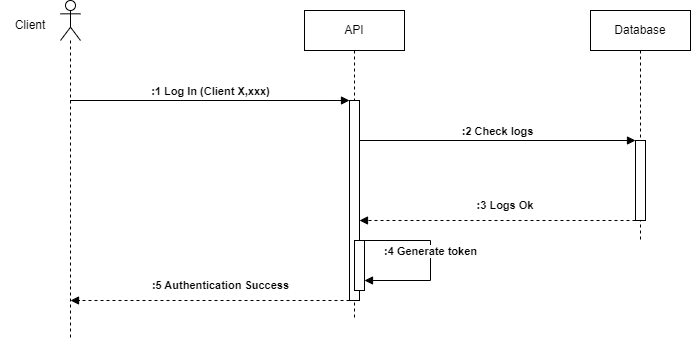
The draw.io diagram diagrams/Log In.png in Jexinte/Bilemo-API, before a commit. Source tidied: cells renumbered, new cells last; positions are measured from the earlier drawing's top-left corner, leaving out a move shared by most shapes.
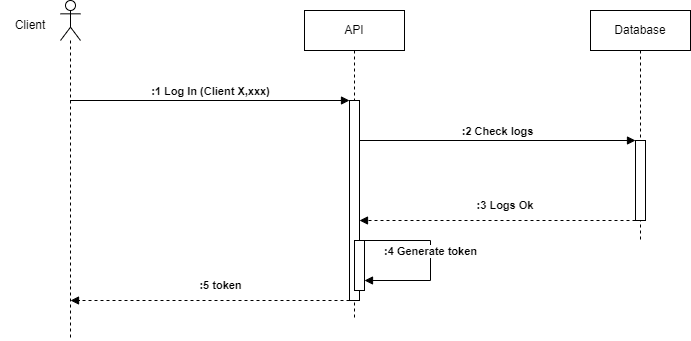
Above is the later version.

Commit message:
update login diagram

Change to the diagram source:
```diff
@@ -55,7 +55,7 @@
     <mxCell id="13" value=":3 Logs Ok" style="text;html=1;strokeColor=none;fillColor=none;align=center;verticalAlign=middle;whiteSpace=wrap;rounded=0;fontSize=11;fontStyle=1;" parent="1" vertex="1">
       <mxGeometry x="460" y="190" width="90" height="30" as="geometry" />
     </mxCell>
-    <mxCell id="14" value=":5 Authentication Success" style="text;html=1;strokeColor=none;fillColor=none;align=center;verticalAlign=middle;whiteSpace=wrap;rounded=0;fontSize=11;fontStyle=1;" parent="1" vertex="1">
+    <mxCell id="14" value=":5 token" style="text;html=1;strokeColor=none;fillColor=none;align=center;verticalAlign=middle;whiteSpace=wrap;rounded=0;fontSize=11;fontStyle=1;" parent="1" vertex="1">
       <mxGeometry x="150" y="270" width="141" height="30" as="geometry" />
     </mxCell>
     <mxCell id="15" style="html=1;verticalAlign=bottom;labelBackgroundColor=none;endArrow=block;endFill=1;dashed=1;rounded=0;" parent="1" edge="1">
```
